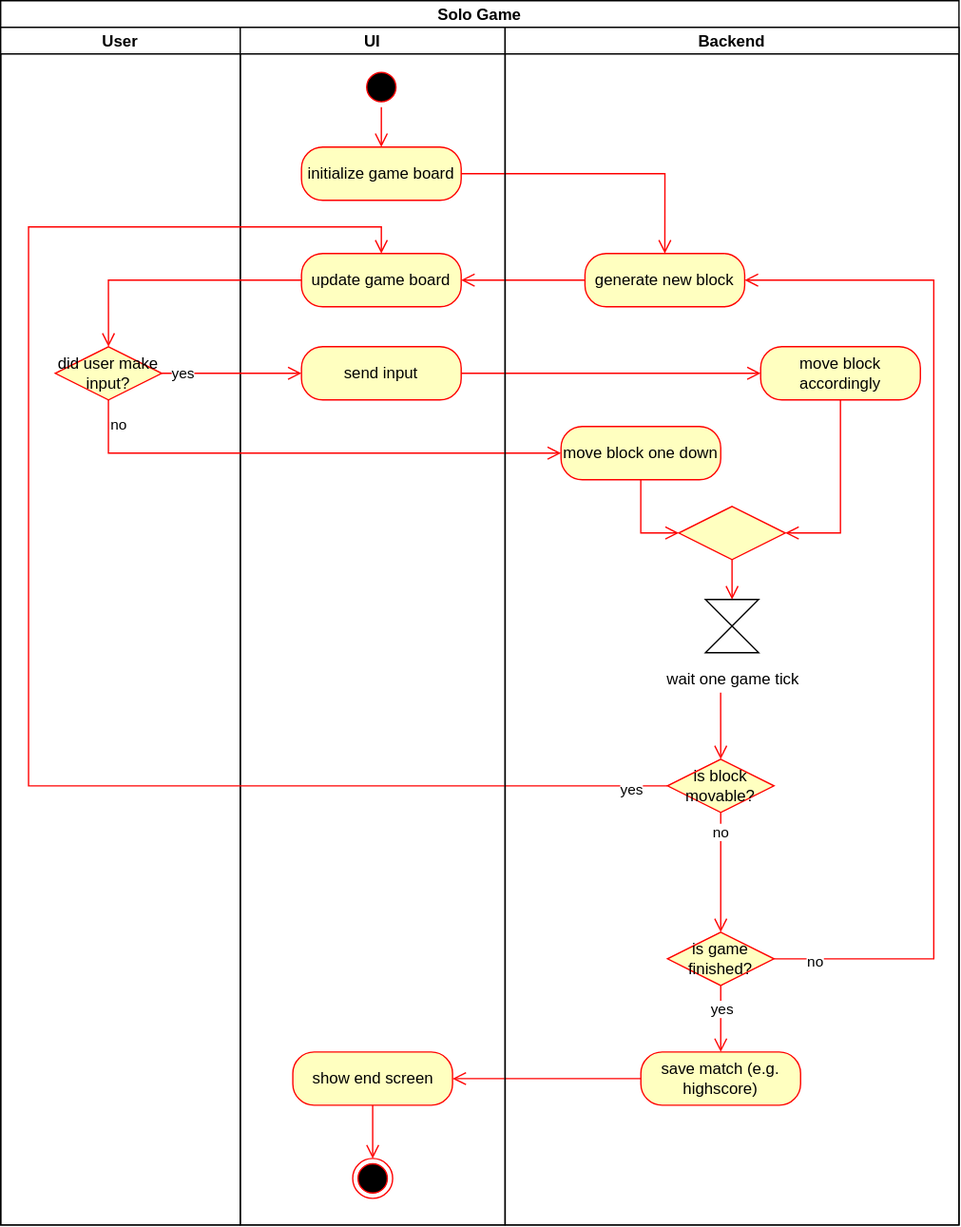
Before: docs/use-cases/activity-diagrams/1v1-game-activity.svg, a diagram exported from draw.io (13TRIS/13TRIS). Source tidied: cells renumbered, new cells last; positions are measured from the earlier drawing's top-left corner, leaving out a move shared by most shapes.
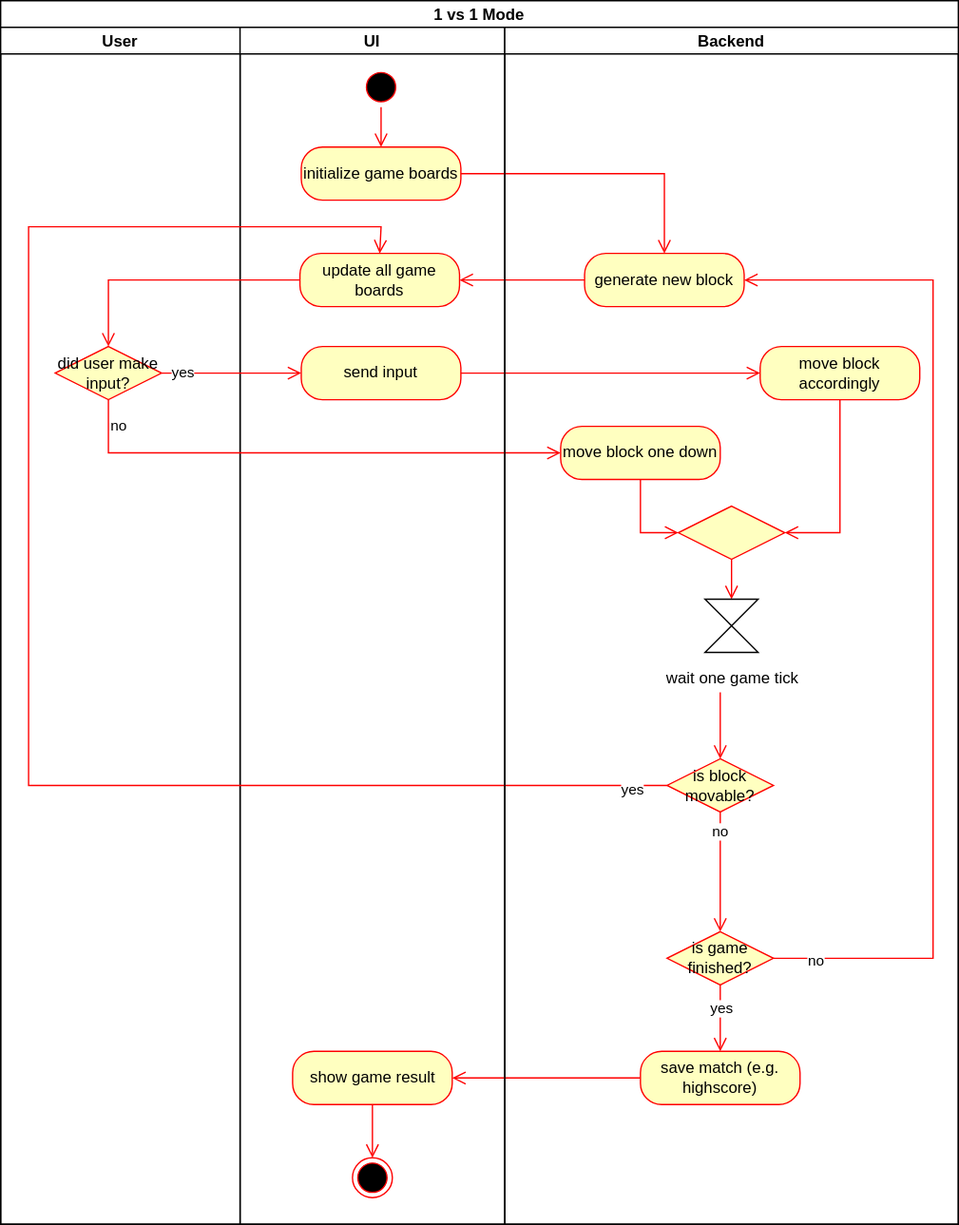
After the change.

Commit message:
docs: added activity diagram for 1vs1 game mode

What changed in the source:
```diff
@@ -2,7 +2,7 @@
   <root>
     <mxCell id="0" />
     <mxCell id="1" parent="0" />
-    <mxCell id="2" value="Solo Game" style="swimlane;startSize=20;" parent="1" vertex="1">
+    <mxCell id="2" value="1 vs 1 Mode" style="swimlane;startSize=20;" parent="1" vertex="1">
       <mxGeometry width="720" height="920" as="geometry" />
     </mxCell>
     <mxCell id="3" value="User" style="swimlane;startSize=20;" parent="2" vertex="1">
@@ -17,13 +17,13 @@
     <mxCell id="6" style="edgeStyle=orthogonalEdgeStyle;rounded=0;jettySize=auto;html=1;entryX=0.5;entryY=0;entryDx=0;entryDy=0;endArrow=open;endSize=8;strokeColor=#ff0000;verticalAlign=bottom;" parent="5" edge="1" source="7" target="8">
       <mxGeometry relative="1" as="geometry" />
     </mxCell>
-    <mxCell id="7" value="show end screen" style="rounded=1;whiteSpace=wrap;html=1;arcSize=40;fontColor=#000000;fillColor=#ffffc0;strokeColor=#ff0000;" parent="5" vertex="1">
+    <mxCell id="7" value="show game result" style="rounded=1;whiteSpace=wrap;html=1;arcSize=40;fontColor=#000000;fillColor=#ffffc0;strokeColor=#ff0000;" parent="5" vertex="1">
       <mxGeometry x="39.5" y="770" width="120" height="40" as="geometry" />
     </mxCell>
     <mxCell id="8" style="ellipse;html=1;shape=endState;fillColor=#000000;strokeColor=#ff0000;" parent="5" vertex="1">
       <mxGeometry x="84.5" y="850" width="30" height="30" as="geometry" />
     </mxCell>
-    <mxCell id="9" value="initialize game board" style="rounded=1;whiteSpace=wrap;html=1;arcSize=40;fontColor=#000000;fillColor=#ffffc0;strokeColor=#ff0000;" parent="5" vertex="1">
+    <mxCell id="9" value="initialize game boards" style="rounded=1;whiteSpace=wrap;html=1;arcSize=40;fontColor=#000000;fillColor=#ffffc0;strokeColor=#ff0000;" parent="5" vertex="1">
       <mxGeometry x="46" y="90" width="120" height="40" as="geometry" />
     </mxCell>
     <mxCell id="10" style="edgeStyle=orthogonalEdgeStyle;rounded=0;jettySize=auto;html=1;entryX=0.5;entryY=0;entryDx=0;entryDy=0;endArrow=open;endSize=8;strokeColor=#ff0000;verticalAlign=bottom;" parent="5" edge="1" source="11" target="9">
@@ -32,8 +32,8 @@
     <mxCell id="11" style="ellipse;html=1;shape=startState;fillColor=#000000;strokeColor=#ff0000;" parent="5" vertex="1">
       <mxGeometry x="91" y="30" width="30" height="30" as="geometry" />
     </mxCell>
-    <mxCell id="12" value="update game board" style="rounded=1;whiteSpace=wrap;html=1;arcSize=40;fontColor=#000000;fillColor=#ffffc0;strokeColor=#ff0000;" parent="5" vertex="1">
-      <mxGeometry x="46" y="170" width="120" height="40" as="geometry" />
+    <mxCell id="12" value="update all game boards" style="rounded=1;whiteSpace=wrap;html=1;arcSize=40;fontColor=#000000;fillColor=#ffffc0;strokeColor=#ff0000;" parent="5" vertex="1">
+      <mxGeometry x="45" y="170" width="120" height="40" as="geometry" />
     </mxCell>
     <mxCell id="13" value="send input" style="rounded=1;whiteSpace=wrap;html=1;arcSize=40;fontColor=#000000;fillColor=#ffffc0;strokeColor=#ff0000;" parent="5" vertex="1">
       <mxGeometry x="46" y="240" width="120" height="40" as="geometry" />
```
